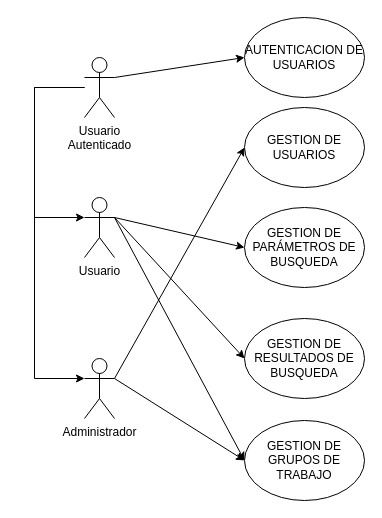
Before: imagenes busca bod/Untitled Diagram.drawio in DptoSIC/BuscaBOD, a draw.io diagram. Source tidied: cells renumbered, new cells numbered last; positions are measured from the earlier drawing's top-left corner, leaving out a move shared by most shapes. Both pictures are drawn from the tidied source at 100%, with x=0, y=0 at pixel (34, 17).
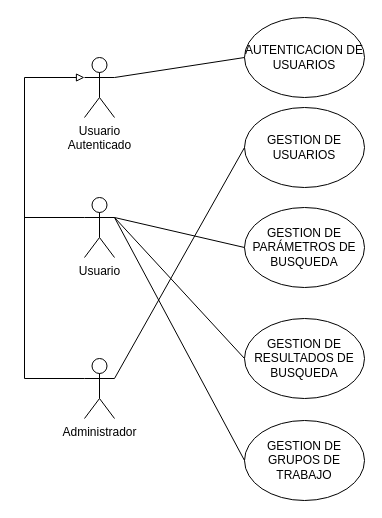
Above is the later version.

The change refers to these unchanged cells:
```xml
<mxCell id="2" value="Usuario" style="shape=umlActor;verticalLabelPosition=bottom;labelBackgroundColor=#ffffff;verticalAlign=top;html=1;" parent="1" vertex="1">
  <mxGeometry x="50" y="180" width="30" height="60" as="geometry" />
</mxCell>
<mxCell id="3" value="Administrador" style="shape=umlActor;verticalLabelPosition=bottom;labelBackgroundColor=#ffffff;verticalAlign=top;html=1;" parent="1" vertex="1">
  <mxGeometry x="50" y="341" width="30" height="60" as="geometry" />
</mxCell>
<mxCell id="4" value="GESTION DE USUARIOS" style="ellipse;whiteSpace=wrap;html=1;" parent="1" vertex="1">
  <mxGeometry x="210" y="90" width="120" height="80" as="geometry" />
</mxCell>
<mxCell id="5" value="GESTION DE PARÁMETROS DE BUSQUEDA" style="ellipse;whiteSpace=wrap;html=1;" parent="1" vertex="1">
  <mxGeometry x="210" y="190" width="120" height="80" as="geometry" />
</mxCell>
<mxCell id="6" value="GESTION DE RESULTADOS DE BUSQUEDA" style="ellipse;whiteSpace=wrap;html=1;" parent="1" vertex="1">
  <mxGeometry x="210" y="301" width="120" height="80" as="geometry" />
</mxCell>
<mxCell id="7" value="GESTION DE GRUPOS DE TRABAJO" style="ellipse;whiteSpace=wrap;html=1;" parent="1" vertex="1">
  <mxGeometry x="210" y="403" width="120" height="80" as="geometry" />
</mxCell>
<mxCell id="15" value="&lt;div&gt;Usuario &lt;br&gt;&lt;/div&gt;&lt;div&gt;Autenticado&lt;/div&gt;" style="shape=umlActor;verticalLabelPosition=bottom;labelBackgroundColor=#ffffff;verticalAlign=top;html=1;" parent="1" vertex="1">
  <mxGeometry x="50" y="40" width="30" height="60" as="geometry" />
</mxCell>
<mxCell id="16" value="AUTENTICACION DE USUARIOS" style="ellipse;whiteSpace=wrap;html=1;" parent="1" vertex="1">
  <mxGeometry x="210" width="120" height="80" as="geometry" />
</mxCell>
```

Change to the diagram source:
```diff
@@
+    <mxCell id="18" style="edgeStyle=orthogonalEdgeStyle;rounded=0;jettySize=auto;html=1;exitX=0;exitY=0.3333333333333333;exitDx=0;exitDy=0;exitPerimeter=0;endArrow=none;endFill=0;" parent="1" edge="1" source="2">
+      <mxGeometry relative="1" as="geometry">
+        <mxPoint x="-10" y="200" as="targetPoint" />
+      </mxGeometry>
+    </mxCell>
@@
+    <mxCell id="19" style="edgeStyle=orthogonalEdgeStyle;rounded=0;jettySize=auto;html=1;exitX=0;exitY=0.3333333333333333;exitDx=0;exitDy=0;exitPerimeter=0;entryX=0;entryY=0.3333333333333333;entryDx=0;entryDy=0;entryPerimeter=0;endArrow=block;endFill=0;" parent="1" edge="1" source="3" target="15">
+      <mxGeometry relative="1" as="geometry">
+        <Array as="points">
+          <mxPoint x="-10" y="361" />
+          <mxPoint x="-10" y="60" />
+        </Array>
+      </mxGeometry>
+    </mxCell>
@@
-    <mxCell id="8" style="endArrow=classic;html=1;exitX=1;exitY=0.3333333333333333;exitDx=0;exitDy=0;exitPerimeter=0;entryX=0;entryY=0.5;entryDx=0;entryDy=0;" parent="1" edge="1" source="2" target="5">
+    <mxCell id="8" style="endArrow=none;html=1;exitX=1;exitY=0.3333333333333333;exitDx=0;exitDy=0;exitPerimeter=0;entryX=0;entryY=0.5;entryDx=0;entryDy=0;endFill=0;" parent="1" edge="1" source="2" target="5">
       <mxGeometry relative="1" as="geometry" />
     </mxCell>
-    <mxCell id="9" style="endArrow=classic;html=1;entryX=0;entryY=0.5;entryDx=0;entryDy=0;exitX=1;exitY=0.3333333333333333;exitDx=0;exitDy=0;exitPerimeter=0;" parent="1" edge="1" source="2" target="6">
+    <mxCell id="9" style="endArrow=none;html=1;entryX=0;entryY=0.5;entryDx=0;entryDy=0;exitX=1;exitY=0.3333333333333333;exitDx=0;exitDy=0;exitPerimeter=0;endFill=0;" parent="1" edge="1" source="2" target="6">
       <mxGeometry relative="1" as="geometry" />
     </mxCell>
-    <mxCell id="10" style="endArrow=classic;html=1;entryX=0;entryY=0.5;entryDx=0;entryDy=0;exitX=1;exitY=0.3333333333333333;exitDx=0;exitDy=0;exitPerimeter=0;" parent="1" edge="1" source="2" target="7">
+    <mxCell id="10" style="endArrow=none;html=1;entryX=0;entryY=0.5;entryDx=0;entryDy=0;exitX=1;exitY=0.3333333333333333;exitDx=0;exitDy=0;exitPerimeter=0;endFill=0;" parent="1" edge="1" source="2" target="7">
       <mxGeometry relative="1" as="geometry" />
     </mxCell>
-    <mxCell id="11" style="endArrow=classic;html=1;exitX=1;exitY=0.3333333333333333;exitDx=0;exitDy=0;exitPerimeter=0;entryX=0;entryY=0.5;entryDx=0;entryDy=0;" parent="1" edge="1" source="3" target="4">
+    <mxCell id="11" style="endArrow=none;html=1;exitX=1;exitY=0.3333333333333333;exitDx=0;exitDy=0;exitPerimeter=0;entryX=0;entryY=0.5;entryDx=0;entryDy=0;endFill=0;" parent="1" edge="1" source="3" target="4">
       <mxGeometry relative="1" as="geometry" />
     </mxCell>
-    <mxCell id="12" style="endArrow=classic;html=1;entryX=0;entryY=0.5;entryDx=0;entryDy=0;exitX=1;exitY=0.3333333333333333;exitDx=0;exitDy=0;exitPerimeter=0;" parent="1" edge="1" source="3" target="7">
-      <mxGeometry relative="1" as="geometry" />
-    </mxCell>
-    <mxCell id="13" style="edgeStyle=orthogonalEdgeStyle;rounded=0;jettySize=auto;html=1;entryX=0;entryY=0.3333333333333333;entryDx=0;entryDy=0;entryPerimeter=0;" parent="1" edge="1" source="15" target="2">
-      <mxGeometry relative="1" as="geometry">
-        <Array as="points">
-          <mxPoint y="70" />
-          <mxPoint y="200" />
-        </Array>
-      </mxGeometry>
-    </mxCell>
-    <mxCell id="14" style="edgeStyle=orthogonalEdgeStyle;rounded=0;jettySize=auto;html=1;entryX=0;entryY=0.3333333333333333;entryDx=0;entryDy=0;entryPerimeter=0;" parent="1" edge="1" source="15" target="3">
-      <mxGeometry relative="1" as="geometry">
-        <Array as="points">
-          <mxPoint y="70" />
-          <mxPoint y="361" />
-        </Array>
-      </mxGeometry>
-    </mxCell>
@@
-    <mxCell id="17" style="endArrow=classic;html=1;exitX=1;exitY=0.3333333333333333;exitDx=0;exitDy=0;exitPerimeter=0;entryX=0;entryY=0.5;entryDx=0;entryDy=0;" parent="1" edge="1" source="15" target="16">
+    <mxCell id="17" style="endArrow=none;html=1;exitX=1;exitY=0.3333333333333333;exitDx=0;exitDy=0;exitPerimeter=0;entryX=0;entryY=0.5;entryDx=0;entryDy=0;endFill=0;" parent="1" edge="1" source="15" target="16">
       <mxGeometry relative="1" as="geometry" />
     </mxCell>
```
